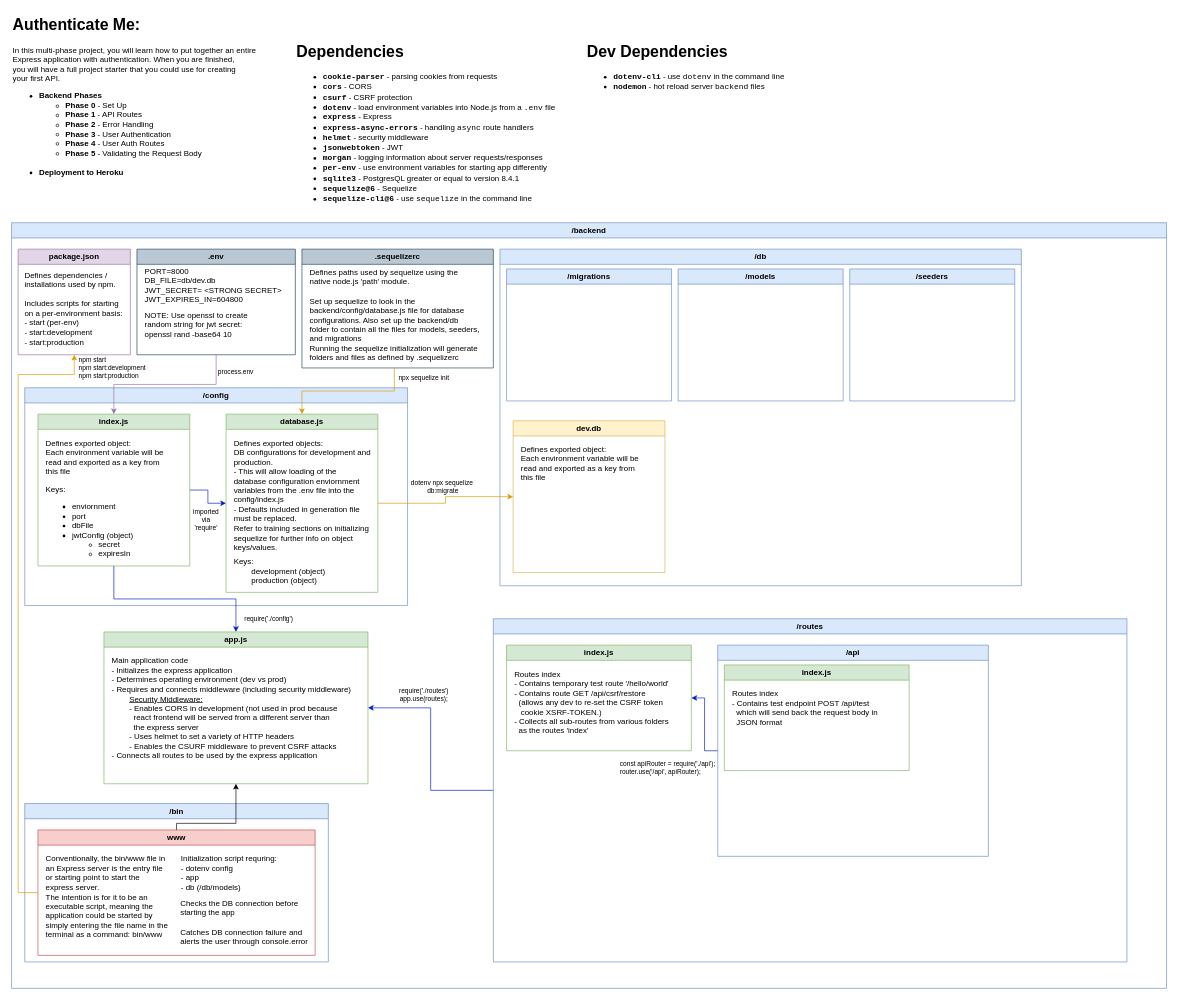
Earlier version of the draw.io diagram practice-for-week-12-authenticate-me-long-practice/Authenticate Me.drawio (kgsully/AA.App-Academy-Coursework). Source tidied: cells renumbered, new cells numbered last; positions are measured from the earlier drawing's top-left corner, leaving out a move shared by most shapes. Both pictures are drawn from the tidied source at 66%, with x=0, y=0 at pixel (11, 11).
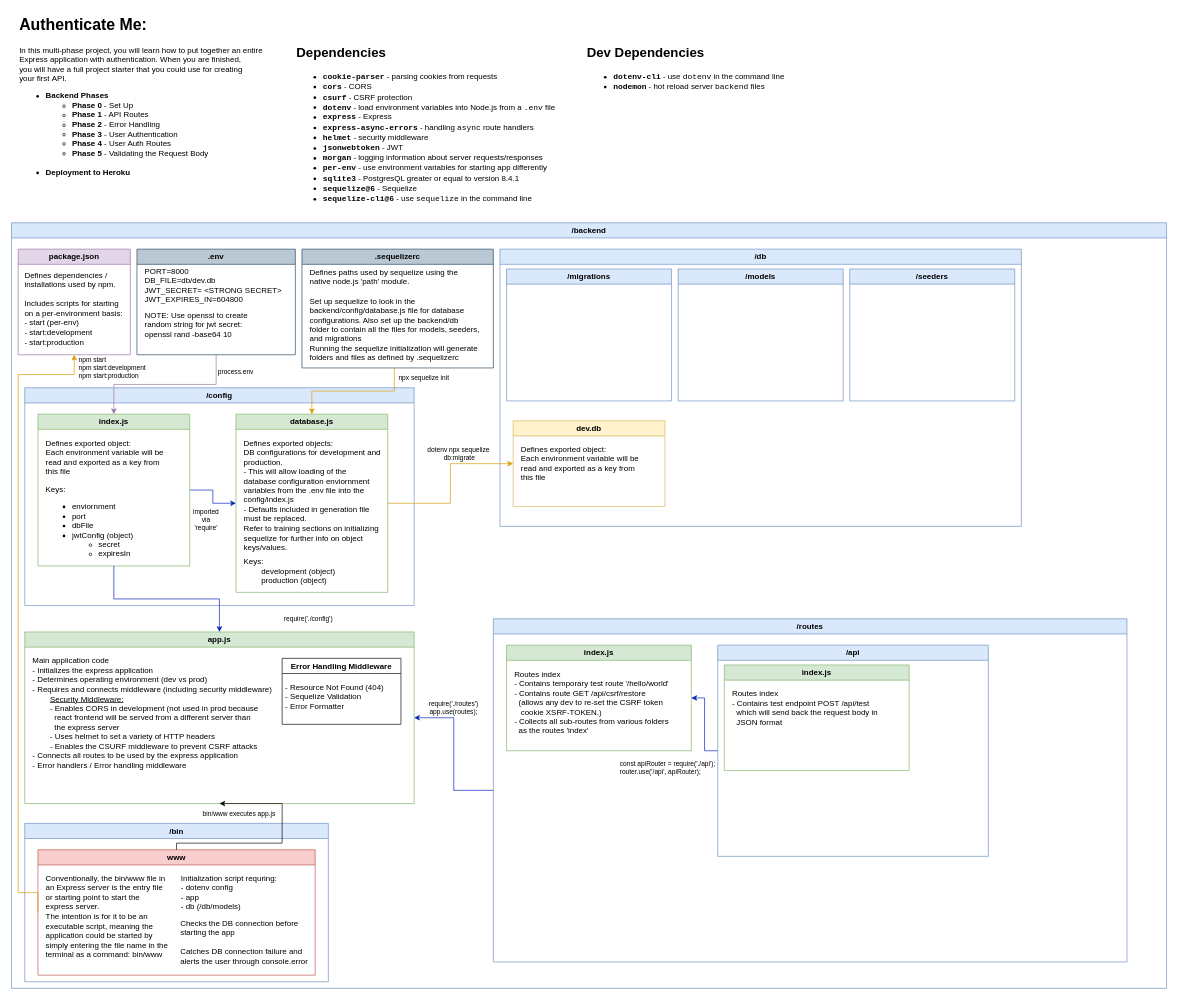
The same diagram, later.

Commit message (it also covers changes not shown here):
WIP: completed inclusion of error handler middleware into app.js (404 not found, sequelize validation, error formatter)

The change refers to these unchanged cells:
```xml
<mxCell id="5" value="/backend" style="swimlane;whiteSpace=wrap;html=1;startSize=23;fillColor=#dae8fc;strokeColor=#6c8ebf;" parent="1" vertex="1">
  <mxGeometry y="320" width="1750" height="1160" as="geometry" />
</mxCell>
<mxCell id="46" value="www" style="swimlane;whiteSpace=wrap;html=1;align=center;fillColor=#f8cecc;strokeColor=#b85450;" parent="45" vertex="1">
  <mxGeometry x="20" y="40" width="420" height="190" as="geometry" />
</mxCell>
```

Diff of the diagram source:
```diff
@@
-    <mxCell id="2" value="&lt;h1 style=&quot;margin-top: 0px;&quot;&gt;Dependencies&lt;/h1&gt;&lt;ul&gt;&lt;li&gt;&lt;code&gt;&lt;b&gt;cookie-parser&lt;/b&gt;&lt;/code&gt; - parsing cookies from requests&lt;/li&gt;&lt;li&gt;&lt;code&gt;&lt;b&gt;cors&lt;/b&gt;&lt;/code&gt; - CORS&lt;/li&gt;&lt;li&gt;&lt;code&gt;&lt;b&gt;csurf&lt;/b&gt;&lt;/code&gt; - CSRF protection&lt;/li&gt;&lt;li&gt;&lt;code&gt;&lt;b&gt;dotenv&lt;/b&gt;&lt;/code&gt; - load environment variables into Node.js from a &lt;code&gt;.env&lt;/code&gt; file&lt;/li&gt;&lt;li&gt;&lt;code&gt;&lt;b&gt;express&lt;/b&gt;&lt;/code&gt; - Express&lt;/li&gt;&lt;li&gt;&lt;code&gt;&lt;b&gt;express-async-errors&lt;/b&gt;&lt;/code&gt; - handling &lt;code&gt;async&lt;/code&gt; route handlers&lt;/li&gt;&lt;li&gt;&lt;code&gt;&lt;b&gt;helmet&lt;/b&gt;&lt;/code&gt; - security middleware&lt;/li&gt;&lt;li&gt;&lt;code&gt;&lt;b&gt;jsonwebtoken&lt;/b&gt;&lt;/code&gt; - JWT&lt;/li&gt;&lt;li&gt;&lt;code&gt;&lt;b&gt;morgan&lt;/b&gt;&lt;/code&gt; - logging information about server requests/responses&lt;/li&gt;&lt;li&gt;&lt;code&gt;&lt;b&gt;per-env&lt;/b&gt;&lt;/code&gt; - use environment variables for starting app differently&lt;/li&gt;&lt;li&gt;&lt;code&gt;&lt;b&gt;sqlite3&lt;/b&gt;&lt;/code&gt; - PostgresQL greater or equal to version 8.4.1&lt;/li&gt;&lt;li&gt;&lt;code&gt;&lt;b&gt;sequelize@6&lt;/b&gt;&lt;/code&gt; - Sequelize&lt;/li&gt;&lt;li&gt;&lt;code&gt;&lt;b&gt;sequelize-cli@6&lt;/b&gt;&lt;/code&gt; - use &lt;code&gt;sequelize&lt;/code&gt; in the command line&lt;/li&gt;&lt;/ul&gt;" style="text;html=1;whiteSpace=wrap;overflow=hidden;rounded=0;" parent="1" vertex="1">
-      <mxGeometry x="430" y="40" width="430" height="270" as="geometry" />
+    <mxCell id="2" value="&lt;h1 style=&quot;margin-top: 0px;&quot;&gt;&lt;font style=&quot;font-size: 20px;&quot;&gt;Dependencies&lt;/font&gt;&lt;/h1&gt;&lt;ul&gt;&lt;li&gt;&lt;code&gt;&lt;b&gt;cookie-parser&lt;/b&gt;&lt;/code&gt; - parsing cookies from requests&lt;/li&gt;&lt;li&gt;&lt;code&gt;&lt;b&gt;cors&lt;/b&gt;&lt;/code&gt; - CORS&lt;/li&gt;&lt;li&gt;&lt;code&gt;&lt;b&gt;csurf&lt;/b&gt;&lt;/code&gt; - CSRF protection&lt;/li&gt;&lt;li&gt;&lt;code&gt;&lt;b&gt;dotenv&lt;/b&gt;&lt;/code&gt; - load environment variables into Node.js from a &lt;code&gt;.env&lt;/code&gt; file&lt;/li&gt;&lt;li&gt;&lt;code&gt;&lt;b&gt;express&lt;/b&gt;&lt;/code&gt; - Express&lt;/li&gt;&lt;li&gt;&lt;code&gt;&lt;b&gt;express-async-errors&lt;/b&gt;&lt;/code&gt; - handling &lt;code&gt;async&lt;/code&gt; route handlers&lt;/li&gt;&lt;li&gt;&lt;code&gt;&lt;b&gt;helmet&lt;/b&gt;&lt;/code&gt; - security middleware&lt;/li&gt;&lt;li&gt;&lt;code&gt;&lt;b&gt;jsonwebtoken&lt;/b&gt;&lt;/code&gt; - JWT&lt;/li&gt;&lt;li&gt;&lt;code&gt;&lt;b&gt;morgan&lt;/b&gt;&lt;/code&gt; - logging information about server requests/responses&lt;/li&gt;&lt;li&gt;&lt;code&gt;&lt;b&gt;per-env&lt;/b&gt;&lt;/code&gt; - use environment variables for starting app differently&lt;/li&gt;&lt;li&gt;&lt;code&gt;&lt;b&gt;sqlite3&lt;/b&gt;&lt;/code&gt; - PostgresQL greater or equal to version 8.4.1&lt;/li&gt;&lt;li&gt;&lt;code&gt;&lt;b&gt;sequelize@6&lt;/b&gt;&lt;/code&gt; - Sequelize&lt;/li&gt;&lt;li&gt;&lt;code&gt;&lt;b&gt;sequelize-cli@6&lt;/b&gt;&lt;/code&gt; - use &lt;code&gt;sequelize&lt;/code&gt; in the command line&lt;/li&gt;&lt;/ul&gt;" style="text;html=1;whiteSpace=wrap;overflow=hidden;rounded=0;" parent="1" vertex="1">
+      <mxGeometry x="430" y="40" width="430" height="250" as="geometry" />
     </mxCell>
-    <mxCell id="3" value="&lt;h1 style=&quot;margin-top: 0px;&quot;&gt;Dev Dependencies&lt;/h1&gt;&lt;ul&gt;&lt;li&gt;&lt;b&gt;&lt;code&gt;dotenv-cli&lt;/code&gt; &lt;/b&gt;- use &lt;code&gt;dotenv&lt;/code&gt; in the command line&lt;/li&gt;&lt;li&gt;&lt;code&gt;&lt;b&gt;nodemon&lt;/b&gt;&lt;/code&gt; - hot reload server &lt;code&gt;backend&lt;/code&gt; files&lt;/li&gt;&lt;/ul&gt;" style="text;html=1;whiteSpace=wrap;overflow=hidden;rounded=0;" parent="1" vertex="1">
-      <mxGeometry x="870" y="40" width="380" height="150" as="geometry" />
+    <mxCell id="3" value="&lt;h1 style=&quot;margin-top: 0px;&quot;&gt;&lt;font style=&quot;font-size: 20px;&quot;&gt;Dev Dependencies&lt;/font&gt;&lt;/h1&gt;&lt;ul&gt;&lt;li&gt;&lt;b&gt;&lt;code&gt;dotenv-cli&lt;/code&gt; &lt;/b&gt;- use &lt;code&gt;dotenv&lt;/code&gt; in the command line&lt;/li&gt;&lt;li&gt;&lt;code&gt;&lt;b&gt;nodemon&lt;/b&gt;&lt;/code&gt; - hot reload server &lt;code&gt;backend&lt;/code&gt; files&lt;/li&gt;&lt;/ul&gt;" style="text;html=1;whiteSpace=wrap;overflow=hidden;rounded=0;" parent="1" vertex="1">
+      <mxGeometry x="870" y="40" width="380" height="90" as="geometry" />
     </mxCell>
     <mxCell id="4" value="&lt;h1 style=&quot;margin-top: 0px;&quot;&gt;Authenticate Me:&lt;/h1&gt;&lt;p&gt;In this multi-phase project, you will learn how to put together an entire&amp;nbsp;&lt;br&gt;&lt;span style=&quot;background-color: initial;&quot;&gt;Express application with authentication. When you are finished, &lt;br&gt;you will have a full project starter that you could use for creating &lt;br&gt;your first&amp;nbsp;&lt;/span&gt;&lt;span style=&quot;background-color: initial;&quot;&gt;API.&lt;/span&gt;&lt;/p&gt;&lt;ul&gt;&lt;li&gt;&lt;b&gt;Backend Phases&lt;/b&gt;&lt;ul&gt;&lt;li&gt;&lt;b&gt;Phase 0&lt;/b&gt; - Set Up&lt;/li&gt;&lt;li&gt;&lt;b&gt;Phase 1&lt;/b&gt; - API Routes&lt;/li&gt;&lt;li&gt;&lt;b&gt;Phase 2&lt;/b&gt; - Error Handling&lt;/li&gt;&lt;li&gt;&lt;b&gt;Phase 3&lt;/b&gt; - User Authentication&lt;/li&gt;&lt;li&gt;&lt;b&gt;Phase 4&lt;/b&gt; - User Auth Routes&lt;/li&gt;&lt;li&gt;&lt;b&gt;Phase 5&lt;/b&gt; - Validating the Request Body&lt;/li&gt;&lt;/ul&gt;&lt;/li&gt;&lt;br&gt;&lt;li&gt;&lt;b&gt;Deployment to Heroku&lt;/b&gt;&lt;/li&gt;&lt;/ul&gt;" style="text;html=1;whiteSpace=wrap;overflow=hidden;rounded=0;" parent="1" vertex="1">
-      <mxGeometry width="380" height="290" as="geometry" />
+      <mxGeometry x="10" width="380" height="290" as="geometry" />
     </mxCell>
@@
     <mxCell id="9" value="/config" style="swimlane;whiteSpace=wrap;html=1;fillColor=#dae8fc;strokeColor=#6c8ebf;" parent="5" vertex="1">
-      <mxGeometry x="20" y="250" width="580" height="330" as="geometry" />
+      <mxGeometry x="20" y="250" width="590" height="330" as="geometry" />
     </mxCell>
@@
     <mxCell id="14" value="database.js" style="swimlane;whiteSpace=wrap;html=1;align=center;startSize=23;fillColor=#d5e8d4;strokeColor=#82b366;" parent="9" vertex="1">
-      <mxGeometry x="305" y="40" width="230" height="270" as="geometry" />
+      <mxGeometry x="320" y="40" width="230" height="270" as="geometry" />
     </mxCell>
@@
     <mxCell id="18" value="/db" style="swimlane;whiteSpace=wrap;html=1;fillColor=#dae8fc;strokeColor=#6c8ebf;" parent="5" vertex="1">
-      <mxGeometry x="740" y="40" width="790" height="510" as="geometry" />
+      <mxGeometry x="740" y="40" width="790" height="420" as="geometry" />
     </mxCell>
@@
     <mxCell id="22" value="dev.db" style="swimlane;whiteSpace=wrap;html=1;align=center;fillColor=#fff2cc;strokeColor=#d6b656;" parent="18" vertex="1">
-      <mxGeometry x="20" y="260" width="230" height="230" as="geometry" />
+      <mxGeometry x="20" y="260" width="230" height="130" as="geometry" />
     </mxCell>
@@
     <mxCell id="31" value="app.js" style="swimlane;whiteSpace=wrap;html=1;align=center;fillColor=#d5e8d4;strokeColor=#82b366;" parent="5" vertex="1">
-      <mxGeometry x="140" y="620" width="400" height="230" as="geometry" />
+      <mxGeometry x="20" y="620" width="590" height="260" as="geometry" />
     </mxCell>
-    <mxCell id="32" value="Main application code&lt;div&gt;- Initializes the express application&lt;/div&gt;&lt;div&gt;- Determines operating environment (dev vs prod)&lt;/div&gt;&lt;div&gt;- Requires and connects middleware (including security middleware)&lt;/div&gt;&lt;div&gt;&lt;span style=&quot;white-space: pre;&quot;&gt;&#9;&lt;/span&gt;&lt;u&gt;Security Middleware:&lt;/u&gt;&lt;/div&gt;&lt;div&gt;&lt;span style=&quot;white-space: pre;&quot;&gt;&#9;&lt;/span&gt;- Enables CORS in development (not used in prod because&lt;br&gt;&lt;/div&gt;&lt;div&gt;&lt;span style=&quot;white-space: pre;&quot;&gt;&#9;&lt;/span&gt;&amp;nbsp; react frontend will be served from a different server than&lt;br&gt;&lt;/div&gt;&lt;div&gt;&lt;span style=&quot;white-space: pre;&quot;&gt;&#9;&lt;/span&gt;&amp;nbsp; the express server&lt;br&gt;&lt;/div&gt;&lt;div&gt;&lt;span style=&quot;white-space: pre;&quot;&gt;&#9;&lt;/span&gt;- Uses helmet to set a variety of HTTP headers&lt;br&gt;&lt;/div&gt;&lt;div&gt;&lt;span style=&quot;white-space: pre;&quot;&gt;&#9;&lt;/span&gt;- Enables the CSURF middleware to prevent CSRF attacks&lt;br&gt;&lt;/div&gt;&lt;div&gt;- Connects all routes to be used by the express application&lt;/div&gt;" style="text;html=1;align=left;verticalAlign=top;whiteSpace=wrap;rounded=0;" parent="31" vertex="1">
-      <mxGeometry x="10" y="30" width="370" height="180" as="geometry" />
+    <mxCell id="32" value="Main application code&lt;div&gt;- Initializes the express application&lt;/div&gt;&lt;div&gt;- Determines operating environment (dev vs prod)&lt;/div&gt;&lt;div&gt;- Requires and connects middleware (including security middleware)&lt;/div&gt;&lt;div&gt;&lt;span style=&quot;white-space: pre;&quot;&gt;&#9;&lt;/span&gt;&lt;u&gt;Security Middleware:&lt;/u&gt;&lt;/div&gt;&lt;div&gt;&lt;span style=&quot;white-space: pre;&quot;&gt;&#9;&lt;/span&gt;- Enables CORS in development (not used in prod because&lt;br&gt;&lt;/div&gt;&lt;div&gt;&lt;span style=&quot;white-space: pre;&quot;&gt;&#9;&lt;/span&gt;&amp;nbsp; react frontend will be served from a different server than&lt;br&gt;&lt;/div&gt;&lt;div&gt;&lt;span style=&quot;white-space: pre;&quot;&gt;&#9;&lt;/span&gt;&amp;nbsp; the express server&lt;br&gt;&lt;/div&gt;&lt;div&gt;&lt;span style=&quot;white-space: pre;&quot;&gt;&#9;&lt;/span&gt;- Uses helmet to set a variety of HTTP headers&lt;br&gt;&lt;/div&gt;&lt;div&gt;&lt;span style=&quot;white-space: pre;&quot;&gt;&#9;&lt;/span&gt;- Enables the CSURF middleware to prevent CSRF attacks&lt;br&gt;&lt;/div&gt;&lt;div&gt;- Connects all routes to be used by the express application&lt;/div&gt;&lt;div&gt;- Error handlers / Error handling middleware&lt;/div&gt;" style="text;html=1;align=left;verticalAlign=top;whiteSpace=wrap;rounded=0;" parent="31" vertex="1">
+      <mxGeometry x="10" y="30" width="370" height="220" as="geometry" />
     </mxCell>
+    <mxCell id="56" value="Error Handling Middleware" style="swimlane;whiteSpace=wrap;html=1;align=center;" parent="31" vertex="1">
+      <mxGeometry x="390" y="40" width="180" height="100" as="geometry" />
+    </mxCell>
+    <mxCell id="57" value="- Resource Not Found (404)&lt;div&gt;- Sequelize Validation&lt;/div&gt;&lt;div&gt;- Error Formatter&lt;/div&gt;&lt;div&gt;&lt;br&gt;&lt;/div&gt;" style="text;html=1;align=left;verticalAlign=top;whiteSpace=wrap;rounded=0;" parent="56" vertex="1">
+      <mxGeometry x="2.5" y="30" width="155" height="60" as="geometry" />
+    </mxCell>
@@
     <mxCell id="34" value="require('./config')" style="text;html=1;align=center;verticalAlign=middle;whiteSpace=wrap;rounded=0;fontSize=10;" parent="5" vertex="1">
-      <mxGeometry x="350" y="590" width="80" height="20" as="geometry" />
+      <mxGeometry x="410" y="590" width="80" height="20" as="geometry" />
     </mxCell>
@@
     <mxCell id="44" value="require('./routes')&lt;div&gt;app.use(routes);&lt;/div&gt;" style="text;html=1;align=center;verticalAlign=middle;whiteSpace=wrap;rounded=0;fontSize=10;" parent="5" vertex="1">
-      <mxGeometry x="580" y="700" width="90" height="30" as="geometry" />
+      <mxGeometry x="625" y="720" width="90" height="30" as="geometry" />
     </mxCell>
     <mxCell id="45" value="/bin" style="swimlane;whiteSpace=wrap;html=1;fillColor=#dae8fc;strokeColor=#6c8ebf;" parent="5" vertex="1">
-      <mxGeometry x="20" y="880" width="460" height="240" as="geometry" />
+      <mxGeometry x="20" y="910" width="460" height="240" as="geometry" />
     </mxCell>
@@
     <mxCell id="50" style="edgeStyle=orthogonalEdgeStyle;rounded=0;jettySize=auto;html=1;exitX=0.5;exitY=0;exitDx=0;exitDy=0;entryX=0.5;entryY=1;entryDx=0;entryDy=0;" parent="5" edge="1" source="46" target="31">
       <mxGeometry relative="1" as="geometry">
         <Array as="points">
-          <mxPoint x="250" y="910" />
-          <mxPoint x="340" y="910" />
+          <mxPoint x="250" y="940" />
+          <mxPoint x="410" y="940" />
         </Array>
       </mxGeometry>
     </mxCell>
@@
     <mxCell id="55" value="dotenv npx sequelize&lt;div&gt;&amp;nbsp;db:migrate&lt;/div&gt;" style="text;html=1;align=center;verticalAlign=middle;whiteSpace=wrap;rounded=0;fontSize=10;" parent="5" vertex="1">
-      <mxGeometry x="600" y="380" width="105" height="40" as="geometry" />
+      <mxGeometry x="625" y="330" width="105" height="40" as="geometry" />
     </mxCell>
+    <mxCell id="58" value="bin/www executes app.js" style="text;html=1;align=center;verticalAlign=middle;whiteSpace=wrap;rounded=0;fontSize=10;" parent="5" vertex="1">
+      <mxGeometry x="285" y="880" width="120" height="30" as="geometry" />
+    </mxCell>
```
